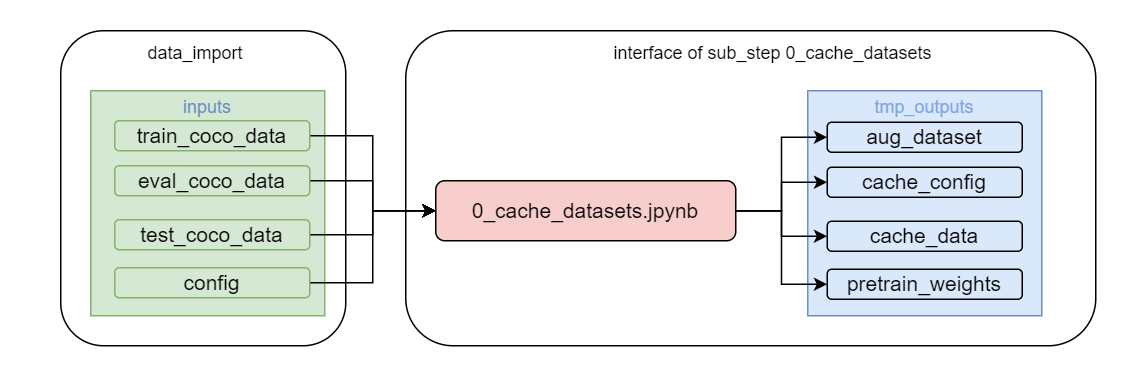
Before: imgs/0_cache_datasets.drawio.png, a diagram exported from draw.io (4-DS/obj_detect_rest-model_train). Source tidied: cells renumbered, new cells last; positions are measured from the earlier drawing's top-left corner, leaving out a move shared by most shapes.
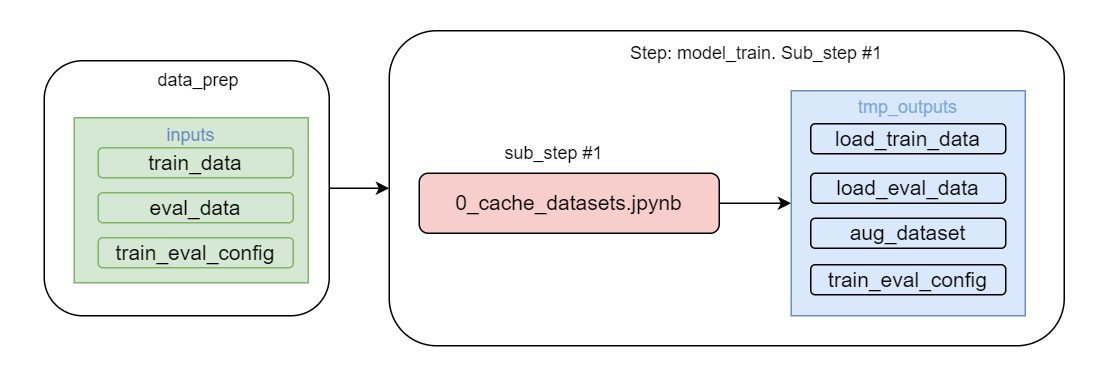
After the commit.

What changed in the source:
```diff
@@ -2,77 +2,62 @@
   <root>
     <mxCell id="0" />
     <mxCell id="1" parent="0" />
-    <mxCell id="2" style="rounded=1;whiteSpace=wrap;html=1;strokeColor=none;" parent="1" vertex="1">
-      <mxGeometry width="760" height="250" as="geometry" />
-    </mxCell>
-    <mxCell id="3" style="rounded=1;whiteSpace=wrap;html=1;" parent="1" vertex="1">
-      <mxGeometry x="40" y="20" width="190" height="210" as="geometry" />
-    </mxCell>
-    <mxCell id="4" style="rounded=1;whiteSpace=wrap;html=1;" parent="1" vertex="1">
-      <mxGeometry x="270" y="20" width="460" height="210" as="geometry" />
-    </mxCell>
-    <mxCell id="5" value="interface of sub_step&amp;nbsp;0_cache_datasets" style="text;html=1;strokeColor=none;fillColor=none;align=center;verticalAlign=middle;whiteSpace=wrap;rounded=0;" parent="1" vertex="1">
-      <mxGeometry x="400" y="20" width="230" height="30" as="geometry" />
-    </mxCell>
+    <mxCell id="26" style="rounded=1;whiteSpace=wrap;html=1;strokeColor=none;" parent="1" vertex="1">
+      <mxGeometry y="330" width="740" height="250" as="geometry" />
+    </mxCell>
+    <mxCell id="27" style="rounded=1;whiteSpace=wrap;html=1;" parent="1" vertex="1">
+      <mxGeometry x="260" y="350" width="450" height="210" as="geometry" />
+    </mxCell>
+    <mxCell id="28" value="Step: model_train. Sub_step #1" style="text;html=1;strokeColor=none;fillColor=none;align=center;verticalAlign=middle;whiteSpace=wrap;rounded=0;" parent="1" vertex="1">
+      <mxGeometry x="390" y="350" width="230" height="30" as="geometry" />
+    </mxCell>
+    <mxCell id="29" style="edgeStyle=orthogonalEdgeStyle;rounded=0;jettySize=auto;html=1;entryX=0;entryY=0.5;entryDx=0;entryDy=0;" parent="1" edge="1" source="6" target="7">
+      <mxGeometry relative="1" as="geometry" />
+    </mxCell>
     <mxCell id="6" value="&lt;font style=&quot;font-size: 14px;&quot;&gt;0_cache_datasets.jpynb&lt;/font&gt;" style="rounded=1;whiteSpace=wrap;html=1;fillColor=#f8cecc;strokeColor=#000000;strokeWidth=1;" parent="1" vertex="1">
-      <mxGeometry x="290" y="120" width="200" height="40" as="geometry" />
+      <mxGeometry x="280" y="445" width="200" height="40" as="geometry" />
     </mxCell>
     <mxCell id="7" value="&lt;font style=&quot;font-size: 12px;&quot;&gt;&lt;font color=&quot;#7ea6e0&quot;&gt;&lt;font style=&quot;font-size: 12px;&quot;&gt;tmp_outputs&lt;/font&gt;&lt;br&gt;&lt;br&gt;&lt;br&gt;&lt;br&gt;&lt;br&gt;&lt;br&gt;&lt;br&gt;&lt;br&gt;&lt;br&gt;&lt;/font&gt;&lt;br&gt;&lt;/font&gt;" style="rounded=0;whiteSpace=wrap;html=1;fillColor=#dae8fc;strokeColor=#6c8ebf;" parent="1" vertex="1">
-      <mxGeometry x="538" y="60" width="156" height="150" as="geometry" />
+      <mxGeometry x="528" y="390" width="156" height="150" as="geometry" />
     </mxCell>
+    <mxCell id="30" value="&lt;font style=&quot;font-size: 14px;&quot;&gt;load_train_data&lt;/font&gt;" style="rounded=1;whiteSpace=wrap;html=1;fillColor=#dae8fc;strokeColor=#000000;strokeWidth=1;" parent="1" vertex="1">
+      <mxGeometry x="541" y="412" width="130" height="20" as="geometry" />
+    </mxCell>
+    <mxCell id="31" value="&lt;font style=&quot;font-size: 14px;&quot;&gt;load_eval_data&lt;/font&gt;" style="rounded=1;whiteSpace=wrap;html=1;fillColor=#dae8fc;strokeColor=#000000;strokeWidth=1;" parent="1" vertex="1">
+      <mxGeometry x="541" y="445" width="130" height="20" as="geometry" />
+    </mxCell>
+    <mxCell id="32" value="&lt;font style=&quot;font-size: 14px;&quot;&gt;train_eval_config&lt;/font&gt;" style="rounded=1;whiteSpace=wrap;html=1;fillColor=#dae8fc;strokeColor=#000000;strokeWidth=1;" parent="1" vertex="1">
+      <mxGeometry x="541" y="506" width="130" height="20" as="geometry" />
+    </mxCell>
+    <mxCell id="33" style="group;" parent="1" vertex="1">
+      <mxGeometry x="30" y="368" width="190" height="171" as="geometry" />
+    </mxCell>
+    <mxCell id="34" style="rounded=1;whiteSpace=wrap;html=1;" parent="33" vertex="1">
+      <mxGeometry y="2" width="190" height="170" as="geometry" />
+    </mxCell>
-    <mxCell id="8" value="&lt;font style=&quot;font-size: 12px;&quot;&gt;&lt;font color=&quot;#6c8ebf&quot;&gt;&lt;font style=&quot;font-size: 12px;&quot;&gt;inputs&lt;/font&gt;&lt;br&gt;&lt;br&gt;&lt;br&gt;&lt;br&gt;&lt;br&gt;&lt;br&gt;&lt;br&gt;&lt;br&gt;&lt;br&gt;&lt;/font&gt;&lt;br&gt;&lt;/font&gt;" style="rounded=0;whiteSpace=wrap;html=1;fillColor=#d5e8d4;strokeColor=#82b366;" parent="1" vertex="1">
-      <mxGeometry x="60" y="60" width="156" height="150" as="geometry" />
+    <mxCell id="8" value="&lt;font style=&quot;font-size: 12px;&quot;&gt;&lt;font color=&quot;#6c8ebf&quot;&gt;&lt;font style=&quot;font-size: 12px;&quot;&gt;inputs&lt;/font&gt;&lt;br&gt;&lt;br&gt;&lt;br&gt;&lt;br&gt;&lt;br&gt;&lt;br&gt;&lt;/font&gt;&lt;br&gt;&lt;/font&gt;" style="rounded=0;whiteSpace=wrap;html=1;fillColor=#d5e8d4;strokeColor=#82b366;" parent="33" vertex="1">
+      <mxGeometry x="20" y="40" width="156" height="110" as="geometry" />
     </mxCell>
-    <mxCell id="9" style="edgeStyle=orthogonalEdgeStyle;rounded=0;jettySize=auto;html=1;entryX=0;entryY=0.5;entryDx=0;entryDy=0;" parent="1" edge="1" source="10" target="6">
-      <mxGeometry relative="1" as="geometry" />
-    </mxCell>
-    <mxCell id="10" value="&lt;font style=&quot;font-size: 14px;&quot;&gt;train_coco_data&lt;/font&gt;" style="rounded=1;whiteSpace=wrap;html=1;fillColor=#d5e8d4;strokeColor=#82b366;strokeWidth=1;" parent="1" vertex="1">
-      <mxGeometry x="76" y="80" width="130" height="20" as="geometry" />
-    </mxCell>
-    <mxCell id="11" style="edgeStyle=orthogonalEdgeStyle;rounded=0;jettySize=auto;html=1;entryX=0;entryY=0.5;entryDx=0;entryDy=0;" parent="1" edge="1" source="12" target="6">
-      <mxGeometry relative="1" as="geometry" />
-    </mxCell>
-    <mxCell id="12" value="&lt;font style=&quot;font-size: 14px;&quot;&gt;config&lt;/font&gt;" style="rounded=1;whiteSpace=wrap;html=1;fillColor=#d5e8d4;strokeColor=#82b366;strokeWidth=1;" parent="1" vertex="1">
-      <mxGeometry x="76" y="178" width="130" height="20" as="geometry" />
-    </mxCell>
-    <mxCell id="13" style="edgeStyle=orthogonalEdgeStyle;rounded=0;jettySize=auto;html=1;entryX=0;entryY=0.5;entryDx=0;entryDy=0;" parent="1" edge="1" source="14" target="6">
-      <mxGeometry relative="1" as="geometry" />
-    </mxCell>
-    <mxCell id="14" value="&lt;font style=&quot;font-size: 14px;&quot;&gt;eval_coco_data&lt;/font&gt;" style="rounded=1;whiteSpace=wrap;html=1;fillColor=#d5e8d4;strokeColor=#82b366;strokeWidth=1;" parent="1" vertex="1">
-      <mxGeometry x="76" y="110" width="130" height="20" as="geometry" />
-    </mxCell>
-    <mxCell id="15" style="edgeStyle=orthogonalEdgeStyle;rounded=0;jettySize=auto;html=1;entryX=0;entryY=0.5;entryDx=0;entryDy=0;" parent="1" edge="1" source="16" target="6">
-      <mxGeometry relative="1" as="geometry" />
-    </mxCell>
-    <mxCell id="16" value="&lt;font style=&quot;font-size: 14px;&quot;&gt;test_coco_data&lt;/font&gt;" style="rounded=1;whiteSpace=wrap;html=1;fillColor=#d5e8d4;strokeColor=#82b366;strokeWidth=1;" parent="1" vertex="1">
-      <mxGeometry x="76" y="146" width="130" height="20" as="geometry" />
-    </mxCell>
+    <mxCell id="35" value="&lt;font style=&quot;font-size: 14px;&quot;&gt;train_data&lt;/font&gt;" style="rounded=1;whiteSpace=wrap;html=1;fillColor=#d5e8d4;strokeColor=#82b366;strokeWidth=1;" parent="33" vertex="1">
+      <mxGeometry x="36" y="60" width="130" height="20" as="geometry" />
+    </mxCell>
+    <mxCell id="36" value="&lt;font style=&quot;font-size: 14px;&quot;&gt;train_eval_config&lt;/font&gt;" style="rounded=1;whiteSpace=wrap;html=1;fillColor=#d5e8d4;strokeColor=#82b366;strokeWidth=1;" parent="33" vertex="1">
+      <mxGeometry x="36" y="120" width="130" height="20" as="geometry" />
+    </mxCell>
+    <mxCell id="37" value="&lt;font style=&quot;font-size: 14px;&quot;&gt;eval_data&lt;/font&gt;" style="rounded=1;whiteSpace=wrap;html=1;fillColor=#d5e8d4;strokeColor=#82b366;strokeWidth=1;" parent="33" vertex="1">
+      <mxGeometry x="36" y="90" width="130" height="20" as="geometry" />
+    </mxCell>
+    <mxCell id="38" value="data_prep" style="text;html=1;strokeColor=none;fillColor=none;align=center;verticalAlign=middle;whiteSpace=wrap;rounded=0;" parent="33" vertex="1">
+      <mxGeometry x="73" width="60" height="30" as="geometry" />
+    </mxCell>
+    <mxCell id="39" style="edgeStyle=orthogonalEdgeStyle;rounded=0;jettySize=auto;html=1;entryX=0;entryY=0.5;entryDx=0;entryDy=0;" parent="1" edge="1" source="34" target="27">
+      <mxGeometry relative="1" as="geometry" />
+    </mxCell>
     <mxCell id="17" value="&lt;font style=&quot;font-size: 14px;&quot;&gt;aug_dataset&lt;/font&gt;" style="rounded=1;whiteSpace=wrap;html=1;fillColor=#dae8fc;strokeColor=#000000;strokeWidth=1;" parent="1" vertex="1">
-      <mxGeometry x="551" y="81" width="130" height="20" as="geometry" />
+      <mxGeometry x="541" y="475" width="130" height="20" as="geometry" />
     </mxCell>
-    <mxCell id="18" value="&lt;font style=&quot;font-size: 14px;&quot;&gt;pretrain_weights&lt;/font&gt;" style="rounded=1;whiteSpace=wrap;html=1;fillColor=#dae8fc;strokeColor=#000000;strokeWidth=1;" parent="1" vertex="1">
-      <mxGeometry x="551" y="179" width="130" height="20" as="geometry" />
-    </mxCell>
-    <mxCell id="19" value="&lt;font style=&quot;font-size: 14px;&quot;&gt;cache_config&lt;/font&gt;" style="rounded=1;whiteSpace=wrap;html=1;fillColor=#dae8fc;strokeColor=#000000;strokeWidth=1;" parent="1" vertex="1">
-      <mxGeometry x="551" y="111" width="130" height="20" as="geometry" />
-    </mxCell>
-    <mxCell id="20" value="&lt;font style=&quot;font-size: 14px;&quot;&gt;cache_data&lt;/font&gt;" style="rounded=1;whiteSpace=wrap;html=1;fillColor=#dae8fc;strokeColor=#000000;strokeWidth=1;" parent="1" vertex="1">
-      <mxGeometry x="551" y="147" width="130" height="20" as="geometry" />
-    </mxCell>
-    <mxCell id="21" style="edgeStyle=orthogonalEdgeStyle;rounded=0;jettySize=auto;html=1;entryX=0;entryY=0.5;entryDx=0;entryDy=0;" parent="1" edge="1" source="6" target="17">
-      <mxGeometry relative="1" as="geometry" />
-    </mxCell>
-    <mxCell id="22" style="edgeStyle=orthogonalEdgeStyle;rounded=0;jettySize=auto;html=1;entryX=0;entryY=0.5;entryDx=0;entryDy=0;" parent="1" edge="1" source="6" target="19">
-      <mxGeometry relative="1" as="geometry" />
-    </mxCell>
-    <mxCell id="23" style="edgeStyle=orthogonalEdgeStyle;rounded=0;jettySize=auto;html=1;entryX=0;entryY=0.5;entryDx=0;entryDy=0;" parent="1" edge="1" source="6" target="20">
-      <mxGeometry relative="1" as="geometry" />
-    </mxCell>
-    <mxCell id="24" style="edgeStyle=orthogonalEdgeStyle;rounded=0;jettySize=auto;html=1;entryX=0;entryY=0.5;entryDx=0;entryDy=0;" parent="1" edge="1" source="6" target="18">
-      <mxGeometry relative="1" as="geometry" />
-    </mxCell>
-    <mxCell id="25" value="data_import" style="text;html=1;strokeColor=none;fillColor=none;align=center;verticalAlign=middle;whiteSpace=wrap;rounded=0;" parent="1" vertex="1">
-      <mxGeometry x="100" y="20" width="60" height="30" as="geometry" />
-    </mxCell>
+    <mxCell id="40" value="sub_step #1" style="text;html=1;strokeColor=none;fillColor=none;align=center;verticalAlign=middle;whiteSpace=wrap;rounded=0;" parent="1" vertex="1">
+      <mxGeometry x="330" y="416.5" width="80" height="30" as="geometry" />
+    </mxCell>
   </root>
 </mxGraphModel>
```
